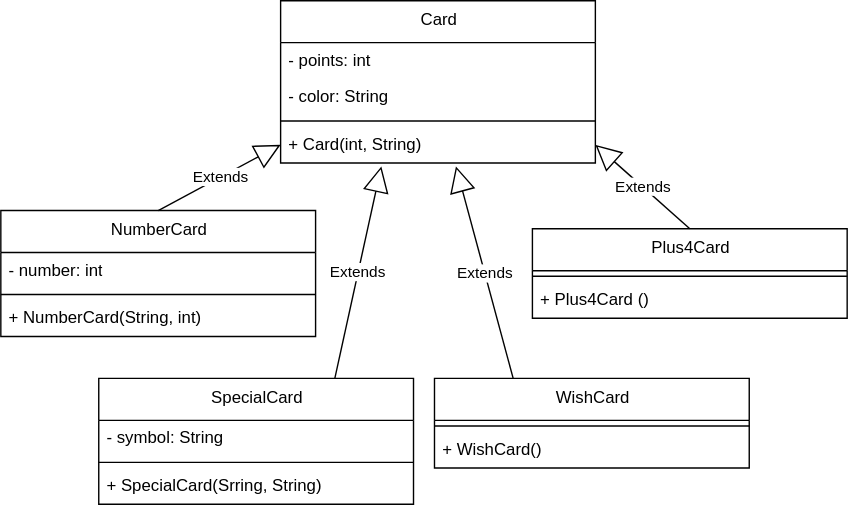
Above: assets/OCP_P.drawio.svg in willizielke/ASE-UnoGame (draw.io), before the change. Source tidied: cells renumbered, new cells last; positions are measured from the earlier drawing's top-left corner, leaving out a move shared by most shapes.
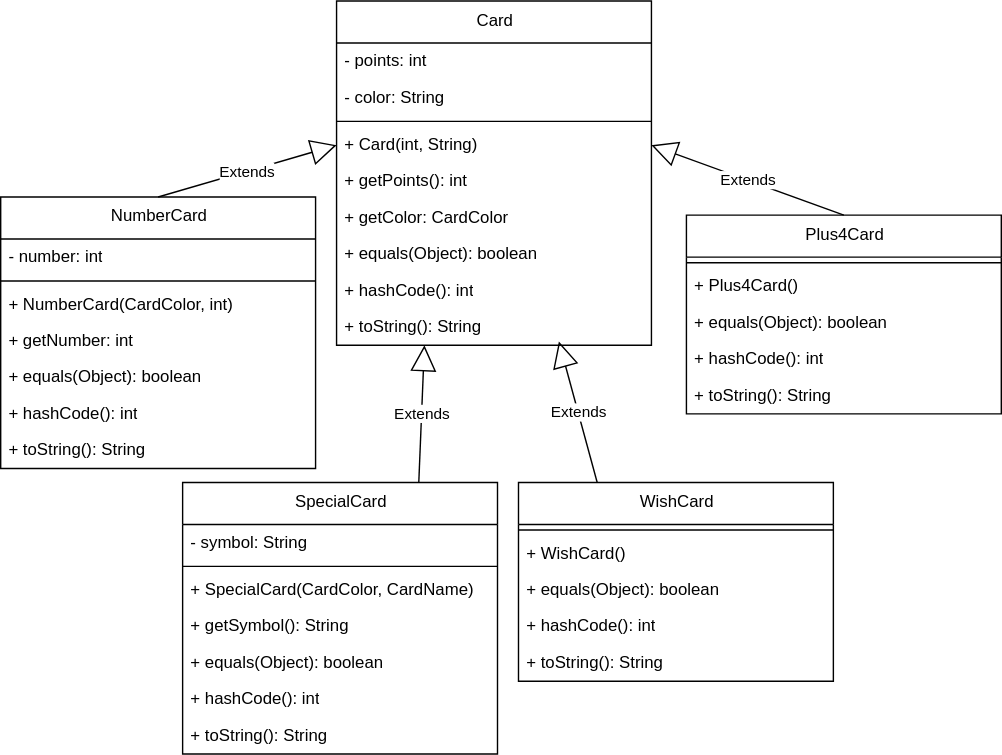
Above is the later version.

What changed in the source:
```diff
@@ -3,7 +3,7 @@
     <mxCell id="0" />
     <mxCell id="1" parent="0" />
     <mxCell id="2" value="NumberCard" style="swimlane;fontStyle=0;align=center;verticalAlign=top;horizontal=1;startSize=30;html=1;" parent="1" vertex="1">
-      <mxGeometry y="150" width="225" height="90" as="geometry" />
+      <mxGeometry x="50" y="120" width="225" height="194" as="geometry" />
     </mxCell>
     <mxCell id="3" value="- number: int" style="text;html=1;strokeColor=none;fillColor=none;align=left;verticalAlign=middle;spacingLeft=4;spacingRight=4;overflow=hidden;" parent="2" vertex="1">
       <mxGeometry y="30" width="225" height="26" as="geometry" />
@@ -11,11 +11,23 @@
     <mxCell id="4" style="line;strokeWidth=1;fillColor=none;align=left;verticalAlign=middle;spacingTop=-1;spacingLeft=3;spacingRight=3;labelPosition=right;" parent="2" vertex="1">
       <mxGeometry y="56" width="225" height="8" as="geometry" />
     </mxCell>
-    <mxCell id="5" value="+ NumberCard(String, int)" style="text;html=1;strokeColor=none;fillColor=none;align=left;verticalAlign=middle;spacingLeft=4;spacingRight=4;overflow=hidden;" parent="2" vertex="1">
+    <mxCell id="5" value="+ NumberCard(CardColor, int)" style="text;html=1;strokeColor=none;fillColor=none;align=left;verticalAlign=middle;spacingLeft=4;spacingRight=4;overflow=hidden;" parent="2" vertex="1">
       <mxGeometry y="64" width="225" height="26" as="geometry" />
     </mxCell>
+    <mxCell id="25" value="+ getNumber: int" style="text;html=1;strokeColor=none;fillColor=none;align=left;verticalAlign=middle;spacingLeft=4;spacingRight=4;overflow=hidden;" parent="2" vertex="1">
+      <mxGeometry y="90" width="225" height="26" as="geometry" />
+    </mxCell>
+    <mxCell id="26" value="+ equals(Object): boolean" style="text;html=1;strokeColor=none;fillColor=none;align=left;verticalAlign=middle;spacingLeft=4;spacingRight=4;overflow=hidden;" parent="2" vertex="1">
+      <mxGeometry y="116" width="225" height="26" as="geometry" />
+    </mxCell>
+    <mxCell id="27" value="+ hashCode(): int" style="text;html=1;strokeColor=none;fillColor=none;align=left;verticalAlign=middle;spacingLeft=4;spacingRight=4;overflow=hidden;" parent="2" vertex="1">
+      <mxGeometry y="142" width="225" height="26" as="geometry" />
+    </mxCell>
+    <mxCell id="28" value="+ toString(): String" style="text;html=1;strokeColor=none;fillColor=none;align=left;verticalAlign=middle;spacingLeft=4;spacingRight=4;overflow=hidden;" parent="2" vertex="1">
+      <mxGeometry y="168" width="225" height="26" as="geometry" />
+    </mxCell>
     <mxCell id="6" value="SpecialCard" style="swimlane;fontStyle=0;align=center;verticalAlign=top;horizontal=1;startSize=30;html=1;" parent="1" vertex="1">
-      <mxGeometry x="70" y="270" width="225" height="90" as="geometry" />
+      <mxGeometry x="180" y="324" width="225" height="194" as="geometry" />
     </mxCell>
     <mxCell id="7" value="- symbol: String" style="text;html=1;strokeColor=none;fillColor=none;align=left;verticalAlign=middle;spacingLeft=4;spacingRight=4;overflow=hidden;" parent="6" vertex="1">
       <mxGeometry y="30" width="225" height="26" as="geometry" />
@@ -23,11 +35,23 @@
     <mxCell id="8" style="line;strokeWidth=1;fillColor=none;align=left;verticalAlign=middle;spacingTop=-1;spacingLeft=3;spacingRight=3;labelPosition=right;" parent="6" vertex="1">
       <mxGeometry y="56" width="225" height="8" as="geometry" />
     </mxCell>
-    <mxCell id="9" value="+ SpecialCard(Srring, String)" style="text;html=1;strokeColor=none;fillColor=none;align=left;verticalAlign=middle;spacingLeft=4;spacingRight=4;overflow=hidden;" parent="6" vertex="1">
+    <mxCell id="9" value="+ SpecialCard(CardColor, CardName)" style="text;html=1;strokeColor=none;fillColor=none;align=left;verticalAlign=middle;spacingLeft=4;spacingRight=4;overflow=hidden;" parent="6" vertex="1">
       <mxGeometry y="64" width="225" height="26" as="geometry" />
     </mxCell>
+    <mxCell id="29" value="+ getSymbol(): String" style="text;html=1;strokeColor=none;fillColor=none;align=left;verticalAlign=middle;spacingLeft=4;spacingRight=4;overflow=hidden;" parent="6" vertex="1">
+      <mxGeometry y="90" width="225" height="26" as="geometry" />
+    </mxCell>
+    <mxCell id="30" value="+ equals(Object): boolean" style="text;html=1;strokeColor=none;fillColor=none;align=left;verticalAlign=middle;spacingLeft=4;spacingRight=4;overflow=hidden;" parent="6" vertex="1">
+      <mxGeometry y="116" width="225" height="26" as="geometry" />
+    </mxCell>
+    <mxCell id="31" value="+ hashCode(): int" style="text;html=1;strokeColor=none;fillColor=none;align=left;verticalAlign=middle;spacingLeft=4;spacingRight=4;overflow=hidden;" parent="6" vertex="1">
+      <mxGeometry y="142" width="225" height="26" as="geometry" />
+    </mxCell>
+    <mxCell id="32" value="+ toString(): String" style="text;html=1;strokeColor=none;fillColor=none;align=left;verticalAlign=middle;spacingLeft=4;spacingRight=4;overflow=hidden;" parent="6" vertex="1">
+      <mxGeometry y="168" width="225" height="26" as="geometry" />
+    </mxCell>
     <mxCell id="10" value="WishCard" style="swimlane;fontStyle=0;align=center;verticalAlign=top;horizontal=1;startSize=30;html=1;" parent="1" vertex="1">
-      <mxGeometry x="310" y="270" width="225" height="64" as="geometry" />
+      <mxGeometry x="420" y="324" width="225" height="142" as="geometry" />
     </mxCell>
     <mxCell id="11" style="line;strokeWidth=1;fillColor=none;align=left;verticalAlign=middle;spacingTop=-1;spacingLeft=3;spacingRight=3;labelPosition=right;" parent="10" vertex="1">
       <mxGeometry y="30" width="225" height="8" as="geometry" />
@@ -35,8 +59,17 @@
     <mxCell id="12" value="+ WishCard()" style="text;html=1;strokeColor=none;fillColor=none;align=left;verticalAlign=middle;spacingLeft=4;spacingRight=4;overflow=hidden;" parent="10" vertex="1">
       <mxGeometry y="38" width="225" height="26" as="geometry" />
     </mxCell>
+    <mxCell id="33" value="+ equals(Object): boolean" style="text;html=1;strokeColor=none;fillColor=none;align=left;verticalAlign=middle;spacingLeft=4;spacingRight=4;overflow=hidden;" parent="10" vertex="1">
+      <mxGeometry y="64" width="225" height="26" as="geometry" />
+    </mxCell>
+    <mxCell id="34" value="+ hashCode(): int" style="text;html=1;strokeColor=none;fillColor=none;align=left;verticalAlign=middle;spacingLeft=4;spacingRight=4;overflow=hidden;" parent="10" vertex="1">
+      <mxGeometry y="90" width="225" height="26" as="geometry" />
+    </mxCell>
+    <mxCell id="35" value="+ toString(): String" style="text;html=1;strokeColor=none;fillColor=none;align=left;verticalAlign=middle;spacingLeft=4;spacingRight=4;overflow=hidden;" parent="10" vertex="1">
+      <mxGeometry y="116" width="225" height="26" as="geometry" />
+    </mxCell>
     <mxCell id="13" value="Plus4Card" style="swimlane;fontStyle=0;align=center;verticalAlign=top;horizontal=1;startSize=30;html=1;" parent="1" vertex="1">
-      <mxGeometry x="380" y="163" width="225" height="64" as="geometry" />
+      <mxGeometry x="540" y="133" width="225" height="142" as="geometry" />
     </mxCell>
     <mxCell id="14" style="line;strokeWidth=1;fillColor=none;align=left;verticalAlign=middle;spacingTop=-1;spacingLeft=3;spacingRight=3;labelPosition=right;" parent="13" vertex="1">
       <mxGeometry y="30" width="225" height="8" as="geometry" />
@@ -44,8 +77,17 @@
     <mxCell id="15" value="+&amp;nbsp;&lt;span style=&quot;text-align: center;&quot;&gt;Plus4Card&lt;/span&gt;()" style="text;html=1;strokeColor=none;fillColor=none;align=left;verticalAlign=middle;spacingLeft=4;spacingRight=4;overflow=hidden;" parent="13" vertex="1">
       <mxGeometry y="38" width="225" height="26" as="geometry" />
     </mxCell>
+    <mxCell id="36" value="+ equals(Object): boolean" style="text;html=1;strokeColor=none;fillColor=none;align=left;verticalAlign=middle;spacingLeft=4;spacingRight=4;overflow=hidden;" parent="13" vertex="1">
+      <mxGeometry y="64" width="225" height="26" as="geometry" />
+    </mxCell>
+    <mxCell id="37" value="+ hashCode(): int" style="text;html=1;strokeColor=none;fillColor=none;align=left;verticalAlign=middle;spacingLeft=4;spacingRight=4;overflow=hidden;" parent="13" vertex="1">
+      <mxGeometry y="90" width="225" height="26" as="geometry" />
+    </mxCell>
+    <mxCell id="38" value="+ toString(): String" style="text;html=1;strokeColor=none;fillColor=none;align=left;verticalAlign=middle;spacingLeft=4;spacingRight=4;overflow=hidden;" parent="13" vertex="1">
+      <mxGeometry y="116" width="225" height="26" as="geometry" />
+    </mxCell>
     <mxCell id="16" value="Card" style="swimlane;fontStyle=0;align=center;verticalAlign=top;horizontal=1;startSize=30;html=1;" parent="1" vertex="1">
-      <mxGeometry x="200" width="225" height="116" as="geometry" />
+      <mxGeometry x="290" y="-20" width="225" height="246" as="geometry" />
     </mxCell>
     <mxCell id="17" value="- points: int" style="text;html=1;strokeColor=none;fillColor=none;align=left;verticalAlign=middle;spacingLeft=4;spacingRight=4;overflow=hidden;" parent="16" vertex="1">
       <mxGeometry y="30" width="225" height="26" as="geometry" />
@@ -59,13 +101,28 @@
     <mxCell id="20" value="+ Card(int, String)" style="text;html=1;strokeColor=none;fillColor=none;align=left;verticalAlign=middle;spacingLeft=4;spacingRight=4;overflow=hidden;points=[[0,0.5],[1,0.5]];portConstraint=eastwest;" parent="16" vertex="1">
       <mxGeometry y="90" width="225" height="26" as="geometry" />
     </mxCell>
+    <mxCell id="39" value="+ getPoints(): int" style="text;html=1;strokeColor=none;fillColor=none;align=left;verticalAlign=middle;spacingLeft=4;spacingRight=4;overflow=hidden;" parent="16" vertex="1">
+      <mxGeometry y="116" width="225" height="26" as="geometry" />
+    </mxCell>
+    <mxCell id="40" value="+ getColor: CardColor" style="text;html=1;strokeColor=none;fillColor=none;align=left;verticalAlign=middle;spacingLeft=4;spacingRight=4;overflow=hidden;" parent="16" vertex="1">
+      <mxGeometry y="142" width="225" height="26" as="geometry" />
+    </mxCell>
+    <mxCell id="41" value="+ equals(Object): boolean" style="text;html=1;strokeColor=none;fillColor=none;align=left;verticalAlign=middle;spacingLeft=4;spacingRight=4;overflow=hidden;" parent="16" vertex="1">
+      <mxGeometry y="168" width="225" height="26" as="geometry" />
+    </mxCell>
+    <mxCell id="42" value="+ hashCode(): int" style="text;html=1;strokeColor=none;fillColor=none;align=left;verticalAlign=middle;spacingLeft=4;spacingRight=4;overflow=hidden;" parent="16" vertex="1">
+      <mxGeometry y="194" width="225" height="26" as="geometry" />
+    </mxCell>
+    <mxCell id="43" value="+ toString(): String" style="text;html=1;strokeColor=none;fillColor=none;align=left;verticalAlign=middle;spacingLeft=4;spacingRight=4;overflow=hidden;points=[[0,0.5],[1,0.5]];portConstraint=eastwest;" parent="16" vertex="1">
+      <mxGeometry y="220" width="225" height="26" as="geometry" />
+    </mxCell>
     <mxCell id="21" value="Extends" style="endArrow=block;endSize=16;endFill=0;html=1;rounded=0;exitX=0.5;exitY=0;exitDx=0;exitDy=0;entryX=0;entryY=0.5;entryDx=0;entryDy=0;" parent="1" edge="1" source="2" target="20">
       <mxGeometry relative="1" as="geometry" />
     </mxCell>
-    <mxCell id="22" value="Extends" style="endArrow=block;endSize=16;endFill=0;html=1;rounded=0;exitX=0.75;exitY=0;exitDx=0;exitDy=0;entryX=0.32;entryY=1.094;entryDx=0;entryDy=0;entryPerimeter=0;" parent="1" edge="1" source="6" target="20">
+    <mxCell id="22" value="Extends" style="endArrow=block;endSize=16;endFill=0;html=1;rounded=0;exitX=0.75;exitY=0;exitDx=0;exitDy=0;entryX=0.279;entryY=1;entryDx=0;entryDy=0;entryPerimeter=0;" parent="1" edge="1" source="6" target="43">
       <mxGeometry relative="1" as="geometry" />
     </mxCell>
-    <mxCell id="23" value="Extends" style="endArrow=block;endSize=16;endFill=0;html=1;rounded=0;exitX=0.25;exitY=0;exitDx=0;exitDy=0;entryX=0.557;entryY=1.094;entryDx=0;entryDy=0;entryPerimeter=0;" parent="1" edge="1" source="10" target="20">
+    <mxCell id="23" value="Extends" style="endArrow=block;endSize=16;endFill=0;html=1;rounded=0;exitX=0.25;exitY=0;exitDx=0;exitDy=0;entryX=0.706;entryY=0.897;entryDx=0;entryDy=0;entryPerimeter=0;" parent="1" edge="1" source="10" target="43">
       <mxGeometry relative="1" as="geometry" />
     </mxCell>
     <mxCell id="24" value="Extends" style="endArrow=block;endSize=16;endFill=0;html=1;rounded=0;exitX=0.5;exitY=0;exitDx=0;exitDy=0;entryX=1;entryY=0.5;entryDx=0;entryDy=0;" parent="1" edge="1" source="13" target="20">
```
